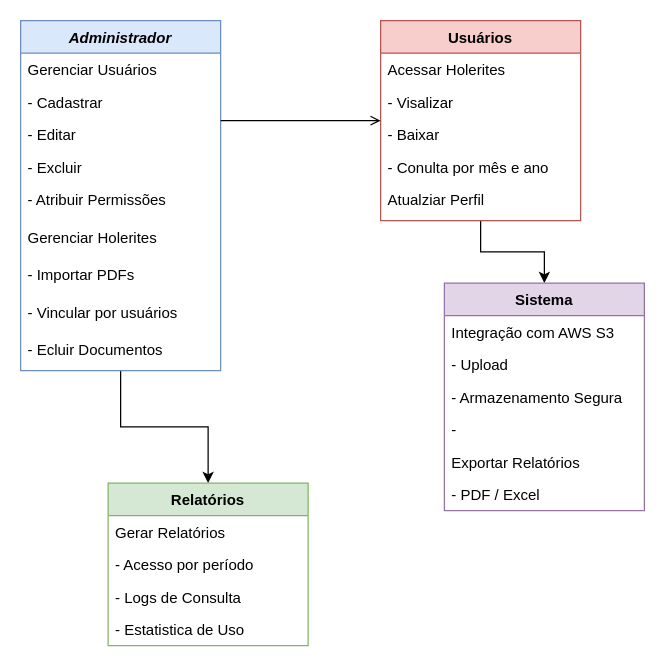
Before: documentos/assets/Diagrama de Funcionalidades.drawio in v4gn32/tecsolutions, a draw.io diagram. Source tidied: cells renumbered, new cells numbered last; positions are measured from the earlier drawing's top-left corner, leaving out a move shared by most shapes. Both pictures are drawn from the tidied source at 125%, with x=0, y=0 at pixel (20, 20).
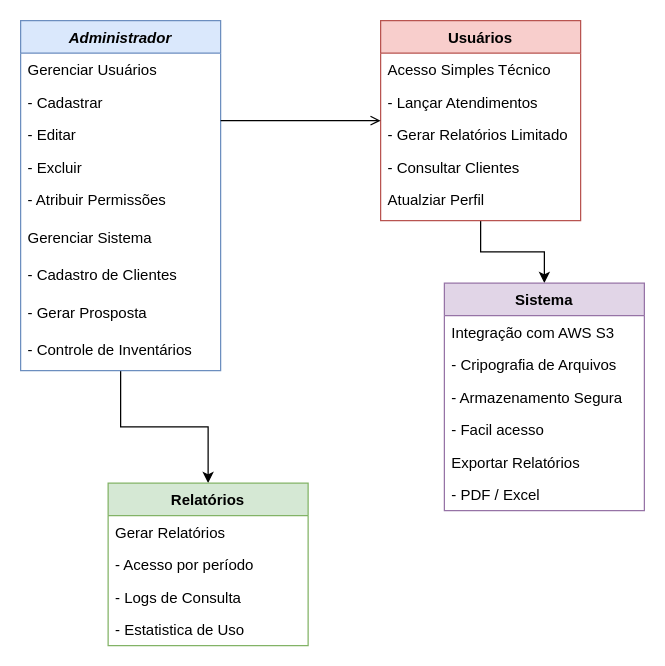
The same page after the edit.

The change refers to these unchanged cells:
```xml
<mxCell id="3" value="Administrador" style="swimlane;fontStyle=3;align=center;verticalAlign=top;horizontal=1;startSize=26;rounded=0;shadow=0;strokeWidth=1;fillColor=#dae8fc;strokeColor=#6c8ebf;" parent="1" vertex="1">
  <mxGeometry width="160" height="280" as="geometry" />
</mxCell>
<mxCell id="19" value="Usuários" style="swimlane;fontStyle=1;align=center;verticalAlign=top;horizontal=1;startSize=26;rounded=0;shadow=0;strokeWidth=1;fillColor=#f8cecc;strokeColor=#b85450;" parent="1" vertex="1">
  <mxGeometry x="288" width="160" height="160" as="geometry" />
</mxCell>
<mxCell id="26" value="Sistema" style="swimlane;fontStyle=1;align=center;verticalAlign=top;horizontal=1;startSize=26;rounded=0;shadow=0;strokeWidth=1;fillColor=#e1d5e7;strokeColor=#9673a6;" parent="1" vertex="1">
  <mxGeometry x="339" y="210" width="160" height="182" as="geometry" />
</mxCell>
```

Change to the diagram source:
```diff
@@
-    <mxCell id="9" value="Gerenciar Holerites" style="text;align=left;verticalAlign=top;spacingLeft=4;spacingRight=4;overflow=hidden;rounded=0;shadow=0;html=0;" parent="3" vertex="1">
+    <mxCell id="9" value="Gerenciar Sistema" style="text;align=left;verticalAlign=top;spacingLeft=4;spacingRight=4;overflow=hidden;rounded=0;shadow=0;html=0;" parent="3" vertex="1">
       <mxGeometry y="160" width="160" height="30" as="geometry" />
     </mxCell>
-    <mxCell id="10" value="- Importar PDFs" style="text;align=left;verticalAlign=top;spacingLeft=4;spacingRight=4;overflow=hidden;rounded=0;shadow=0;html=0;" parent="3" vertex="1">
+    <mxCell id="10" value="- Cadastro de Clientes" style="text;align=left;verticalAlign=top;spacingLeft=4;spacingRight=4;overflow=hidden;rounded=0;shadow=0;html=0;" parent="3" vertex="1">
       <mxGeometry y="190" width="160" height="30" as="geometry" />
     </mxCell>
-    <mxCell id="11" value="- Vincular por usuários" style="text;align=left;verticalAlign=top;spacingLeft=4;spacingRight=4;overflow=hidden;rounded=0;shadow=0;html=0;" parent="3" vertex="1">
+    <mxCell id="11" value="- Gerar Prosposta" style="text;align=left;verticalAlign=top;spacingLeft=4;spacingRight=4;overflow=hidden;rounded=0;shadow=0;html=0;" parent="3" vertex="1">
       <mxGeometry y="220" width="160" height="30" as="geometry" />
     </mxCell>
-    <mxCell id="12" value="- Ecluir Documentos" style="text;align=left;verticalAlign=top;spacingLeft=4;spacingRight=4;overflow=hidden;rounded=0;shadow=0;html=0;" parent="3" vertex="1">
+    <mxCell id="12" value="- Controle de Inventários" style="text;align=left;verticalAlign=top;spacingLeft=4;spacingRight=4;overflow=hidden;rounded=0;shadow=0;html=0;" parent="3" vertex="1">
       <mxGeometry y="250" width="160" height="30" as="geometry" />
     </mxCell>
@@
-    <mxCell id="20" value="Acessar Holerites" style="text;align=left;verticalAlign=top;spacingLeft=4;spacingRight=4;overflow=hidden;" parent="19" vertex="1">
+    <mxCell id="20" value="Acesso Simples Técnico" style="text;align=left;verticalAlign=top;spacingLeft=4;spacingRight=4;overflow=hidden;" parent="19" vertex="1">
       <mxGeometry y="26" width="160" height="26" as="geometry" />
     </mxCell>
-    <mxCell id="21" value="- Visalizar" style="text;align=left;verticalAlign=top;spacingLeft=4;spacingRight=4;overflow=hidden;rounded=0;shadow=0;html=0;" parent="19" vertex="1">
+    <mxCell id="21" value="- Lançar Atendimentos" style="text;align=left;verticalAlign=top;spacingLeft=4;spacingRight=4;overflow=hidden;rounded=0;shadow=0;html=0;" parent="19" vertex="1">
       <mxGeometry y="52" width="160" height="26" as="geometry" />
     </mxCell>
-    <mxCell id="22" value="- Baixar" style="text;align=left;verticalAlign=top;spacingLeft=4;spacingRight=4;overflow=hidden;rounded=0;shadow=0;html=0;" parent="19" vertex="1">
+    <mxCell id="22" value="- Gerar Relatórios Limitado" style="text;align=left;verticalAlign=top;spacingLeft=4;spacingRight=4;overflow=hidden;rounded=0;shadow=0;html=0;" parent="19" vertex="1">
       <mxGeometry y="78" width="160" height="26" as="geometry" />
     </mxCell>
-    <mxCell id="23" value="- Conulta por mês e ano" style="text;align=left;verticalAlign=top;spacingLeft=4;spacingRight=4;overflow=hidden;rounded=0;shadow=0;html=0;" parent="19" vertex="1">
+    <mxCell id="23" value="- Consultar Clientes" style="text;align=left;verticalAlign=top;spacingLeft=4;spacingRight=4;overflow=hidden;rounded=0;shadow=0;html=0;" parent="19" vertex="1">
       <mxGeometry y="104" width="160" height="26" as="geometry" />
     </mxCell>
@@
-    <mxCell id="28" value="- Upload" style="text;align=left;verticalAlign=top;spacingLeft=4;spacingRight=4;overflow=hidden;rounded=0;shadow=0;html=0;" parent="26" vertex="1">
+    <mxCell id="28" value="- Cripografia de Arquivos" style="text;align=left;verticalAlign=top;spacingLeft=4;spacingRight=4;overflow=hidden;rounded=0;shadow=0;html=0;" parent="26" vertex="1">
       <mxGeometry y="52" width="160" height="26" as="geometry" />
     </mxCell>
@@
-    <mxCell id="30" value="-" style="text;align=left;verticalAlign=top;spacingLeft=4;spacingRight=4;overflow=hidden;rounded=0;shadow=0;html=0;" parent="26" vertex="1">
+    <mxCell id="30" value="- Facil acesso" style="text;align=left;verticalAlign=top;spacingLeft=4;spacingRight=4;overflow=hidden;rounded=0;shadow=0;html=0;" parent="26" vertex="1">
       <mxGeometry y="104" width="160" height="26" as="geometry" />
     </mxCell>
```
